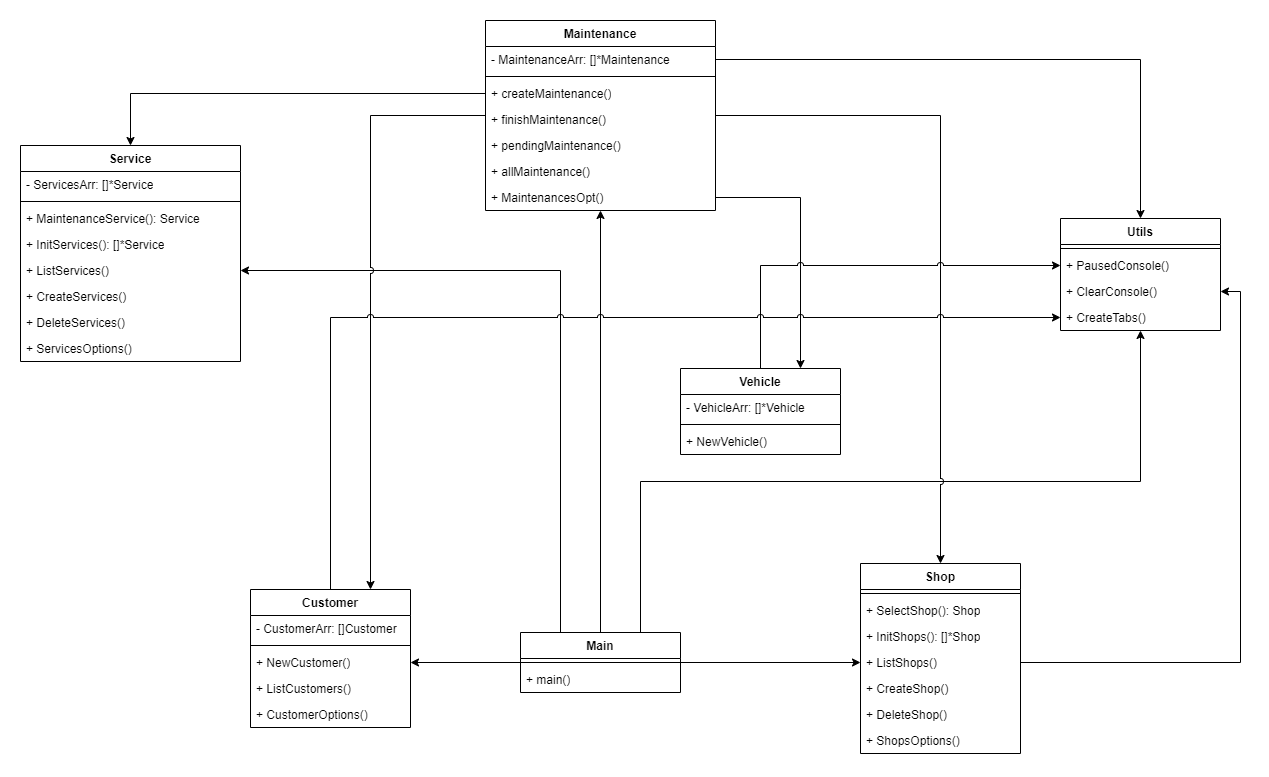
Before: docs/uml-go-fundamentals.drawio.png, a diagram exported from draw.io (soRodriguezz/proyecto_final_goland). Source tidied: cells renumbered, new cells last; positions are measured from the earlier drawing's top-left corner, leaving out a move shared by most shapes.
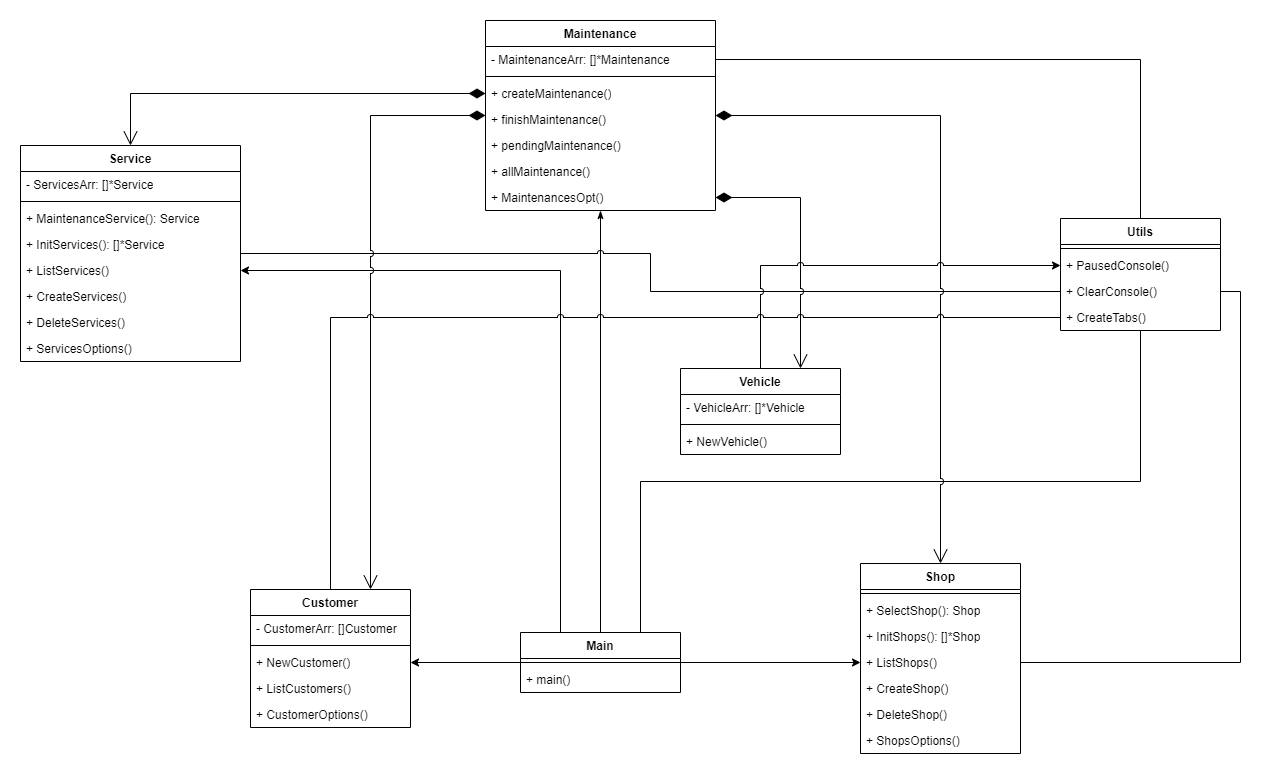
After the commit.

Commit message:
Se actualiza diagrama de clases

Change to the diagram source:
```diff
@@ -5,8 +5,10 @@
     <mxCell id="2" style="edgeStyle=orthogonalEdgeStyle;rounded=0;jettySize=auto;html=1;entryX=1;entryY=0.5;entryDx=0;entryDy=0;jumpStyle=arc;" parent="1" edge="1" source="7" target="54">
       <mxGeometry relative="1" as="geometry" />
     </mxCell>
-    <mxCell id="3" style="edgeStyle=orthogonalEdgeStyle;rounded=0;jettySize=auto;html=1;jumpStyle=arc;" parent="1" edge="1" source="7" target="37">
-      <mxGeometry relative="1" as="geometry" />
+    <mxCell id="3" style="edgeStyle=orthogonalEdgeStyle;rounded=0;jettySize=auto;html=1;jumpStyle=arc;startArrow=none;startFill=0;endArrow=classicThin;endFill=1;endSize=6;startSize=14;" parent="1" edge="1" source="7">
+      <mxGeometry relative="1" as="geometry">
+        <mxPoint x="580" y="190" as="targetPoint" />
+      </mxGeometry>
     </mxCell>
     <mxCell id="4" style="edgeStyle=orthogonalEdgeStyle;rounded=0;jettySize=auto;html=1;entryX=1;entryY=0.5;entryDx=0;entryDy=0;exitX=0.25;exitY=0;exitDx=0;exitDy=0;jumpStyle=arc;" parent="1" edge="1" source="7" target="29">
       <mxGeometry relative="1" as="geometry">
@@ -18,7 +20,7 @@
     <mxCell id="5" style="edgeStyle=orthogonalEdgeStyle;rounded=0;jettySize=auto;html=1;entryX=0;entryY=0.5;entryDx=0;entryDy=0;jumpStyle=arc;" parent="1" edge="1" source="7" target="20">
       <mxGeometry relative="1" as="geometry" />
     </mxCell>
-    <mxCell id="6" style="edgeStyle=orthogonalEdgeStyle;rounded=0;jettySize=auto;html=1;exitX=0.75;exitY=0;exitDx=0;exitDy=0;jumpStyle=arc;" parent="1" edge="1" source="7" target="10">
+    <mxCell id="6" style="edgeStyle=orthogonalEdgeStyle;rounded=0;jettySize=auto;html=1;exitX=0.75;exitY=0;exitDx=0;exitDy=0;jumpStyle=arc;startArrow=none;startFill=0;endArrow=none;endFill=0;" parent="1" edge="1" source="7" target="10">
       <mxGeometry relative="1" as="geometry" />
     </mxCell>
     <mxCell id="7" value="Main       " style="swimlane;fontStyle=1;align=center;verticalAlign=top;horizontal=1;startSize=26;whiteSpace=wrap;html=1;" parent="1" vertex="1">
@@ -45,7 +47,7 @@
     <mxCell id="14" value="+ CreateTabs()&amp;nbsp;" style="text;strokeColor=none;fillColor=none;align=left;verticalAlign=top;spacingLeft=4;spacingRight=4;overflow=hidden;points=[[0,0.5],[1,0.5]];portConstraint=eastwest;whiteSpace=wrap;html=1;" parent="10" vertex="1">
       <mxGeometry y="86" width="160" height="26" as="geometry" />
     </mxCell>
-    <mxCell id="15" style="edgeStyle=orthogonalEdgeStyle;rounded=0;jettySize=auto;html=1;entryX=1;entryY=0.5;entryDx=0;entryDy=0;exitX=1;exitY=0.5;exitDx=0;exitDy=0;jumpStyle=arc;" parent="1" edge="1" source="20" target="13">
+    <mxCell id="15" style="edgeStyle=orthogonalEdgeStyle;rounded=0;jettySize=auto;html=1;entryX=1;entryY=0.5;entryDx=0;entryDy=0;exitX=1;exitY=0.5;exitDx=0;exitDy=0;jumpStyle=arc;endArrow=none;endFill=0;" parent="1" edge="1" source="20" target="13">
       <mxGeometry relative="1" as="geometry">
         <Array as="points">
           <mxPoint x="1220" y="642" />
@@ -77,6 +79,9 @@
     <mxCell id="23" value="+ ShopsOptions()&amp;nbsp;&amp;nbsp;" style="text;strokeColor=none;fillColor=none;align=left;verticalAlign=top;spacingLeft=4;spacingRight=4;overflow=hidden;whiteSpace=wrap;html=1;" parent="16" vertex="1">
       <mxGeometry y="164" width="160" height="26" as="geometry" />
     </mxCell>
+    <mxCell id="58" style="edgeStyle=orthogonalEdgeStyle;rounded=0;jettySize=auto;html=1;entryX=0;entryY=0.5;entryDx=0;entryDy=0;jumpStyle=arc;endArrow=none;endFill=0;" parent="1" edge="1" source="24" target="13">
+      <mxGeometry relative="1" as="geometry" />
+    </mxCell>
     <mxCell id="24" value="Service" style="swimlane;fontStyle=1;align=center;verticalAlign=top;horizontal=1;startSize=26;whiteSpace=wrap;html=1;" parent="1" vertex="1">
       <mxGeometry y="125" width="220" height="216" as="geometry" />
     </mxCell>
@@ -104,16 +109,16 @@
     <mxCell id="32" value="+ ServicesOptions()&amp;nbsp;" style="text;strokeColor=none;fillColor=none;align=left;verticalAlign=top;spacingLeft=4;spacingRight=4;overflow=hidden;whiteSpace=wrap;html=1;" parent="24" vertex="1">
       <mxGeometry y="190" width="220" height="26" as="geometry" />
     </mxCell>
-    <mxCell id="33" style="edgeStyle=orthogonalEdgeStyle;rounded=0;jettySize=auto;html=1;entryX=0.75;entryY=0;entryDx=0;entryDy=0;jumpStyle=arc;" parent="1" edge="1" source="37" target="51">
+    <mxCell id="33" style="edgeStyle=orthogonalEdgeStyle;rounded=0;jettySize=auto;html=1;entryX=0.75;entryY=0;entryDx=0;entryDy=0;jumpStyle=arc;endSize=12;startSize=14;endArrow=open;endFill=0;startArrow=diamondThin;startFill=1;" parent="1" edge="1" source="37" target="51">
       <mxGeometry relative="1" as="geometry" />
     </mxCell>
-    <mxCell id="34" style="edgeStyle=orthogonalEdgeStyle;rounded=0;jettySize=auto;html=1;entryX=0.5;entryY=0;entryDx=0;entryDy=0;jumpStyle=arc;" parent="1" edge="1" source="37" target="16">
+    <mxCell id="34" style="edgeStyle=orthogonalEdgeStyle;rounded=0;jettySize=auto;html=1;entryX=0.5;entryY=0;entryDx=0;entryDy=0;jumpStyle=arc;startArrow=diamondThin;startFill=1;endArrow=open;endFill=0;endSize=12;startSize=14;" parent="1" edge="1" source="37" target="16">
       <mxGeometry relative="1" as="geometry" />
     </mxCell>
-    <mxCell id="35" style="edgeStyle=orthogonalEdgeStyle;rounded=0;jettySize=auto;html=1;entryX=0.5;entryY=0;entryDx=0;entryDy=0;exitX=1;exitY=0.5;exitDx=0;exitDy=0;jumpStyle=arc;" parent="1" edge="1" source="38" target="10">
+    <mxCell id="35" style="edgeStyle=orthogonalEdgeStyle;rounded=0;jettySize=auto;html=1;entryX=0.5;entryY=0;entryDx=0;entryDy=0;exitX=1;exitY=0.5;exitDx=0;exitDy=0;jumpStyle=arc;endArrow=none;endFill=0;startArrow=none;startFill=0;endSize=12;startSize=14;" parent="1" edge="1" source="38" target="10">
       <mxGeometry relative="1" as="geometry" />
     </mxCell>
-    <mxCell id="36" style="edgeStyle=orthogonalEdgeStyle;rounded=0;jettySize=auto;html=1;entryX=0.75;entryY=0;entryDx=0;entryDy=0;exitX=1;exitY=0.5;exitDx=0;exitDy=0;jumpStyle=arc;" parent="1" edge="1" source="44" target="46">
+    <mxCell id="36" style="edgeStyle=orthogonalEdgeStyle;rounded=0;jettySize=auto;html=1;entryX=0.75;entryY=0;entryDx=0;entryDy=0;exitX=1;exitY=0.5;exitDx=0;exitDy=0;jumpStyle=arc;startArrow=diamondThin;startFill=1;endArrow=open;endFill=0;endSize=12;startSize=14;" parent="1" edge="1" source="44" target="46">
       <mxGeometry relative="1" as="geometry" />
     </mxCell>
     <mxCell id="37" value="Maintenance" style="swimlane;fontStyle=1;align=center;verticalAlign=top;horizontal=1;startSize=26;whiteSpace=wrap;html=1;" parent="1" vertex="1">
@@ -155,7 +160,7 @@
     <mxCell id="49" value="+ NewVehicle()" style="text;strokeColor=none;fillColor=none;align=left;verticalAlign=top;spacingLeft=4;spacingRight=4;overflow=hidden;whiteSpace=wrap;html=1;" parent="46" vertex="1">
       <mxGeometry y="60" width="160" height="26" as="geometry" />
     </mxCell>
-    <mxCell id="50" style="edgeStyle=orthogonalEdgeStyle;rounded=0;jettySize=auto;html=1;entryX=0;entryY=0.5;entryDx=0;entryDy=0;snapToPoint=0;fixDash=0;noJump=0;flowAnimation=0;orthogonal=0;enumerate=0;comic=0;endFill=1;perimeterSpacing=0;anchorPointDirection=1;startFill=1;backgroundOutline=0;shadow=0;jumpStyle=arc;" parent="1" edge="1" source="51" target="14">
+    <mxCell id="50" style="edgeStyle=orthogonalEdgeStyle;rounded=0;jettySize=auto;html=1;entryX=0;entryY=0.5;entryDx=0;entryDy=0;snapToPoint=0;fixDash=0;noJump=0;flowAnimation=0;orthogonal=0;enumerate=0;comic=0;endFill=0;perimeterSpacing=0;anchorPointDirection=1;startFill=1;backgroundOutline=0;shadow=0;jumpStyle=arc;endArrow=none;" parent="1" edge="1" source="51" target="14">
       <mxGeometry relative="1" as="geometry" />
     </mxCell>
     <mxCell id="51" value="Customer" style="swimlane;fontStyle=1;align=center;verticalAlign=top;horizontal=1;startSize=26;whiteSpace=wrap;html=1;" parent="1" vertex="1">
@@ -176,7 +181,7 @@
     <mxCell id="56" value="+ CustomerOptions()" style="text;strokeColor=none;fillColor=none;align=left;verticalAlign=top;spacingLeft=4;spacingRight=4;overflow=hidden;whiteSpace=wrap;html=1;" parent="51" vertex="1">
       <mxGeometry y="112" width="160" height="26" as="geometry" />
     </mxCell>
-    <mxCell id="57" style="edgeStyle=orthogonalEdgeStyle;rounded=0;jettySize=auto;html=1;jumpStyle=arc;" parent="1" edge="1" source="40" target="24">
+    <mxCell id="57" style="edgeStyle=orthogonalEdgeStyle;rounded=0;jettySize=auto;html=1;jumpStyle=arc;endArrow=open;endFill=0;startArrow=diamondThin;startFill=1;strokeWidth=1;targetPerimeterSpacing=0;jumpSize=6;endSize=12;startSize=14;" parent="1" edge="1" source="40" target="24">
       <mxGeometry relative="1" as="geometry" />
     </mxCell>
   </root>
```
